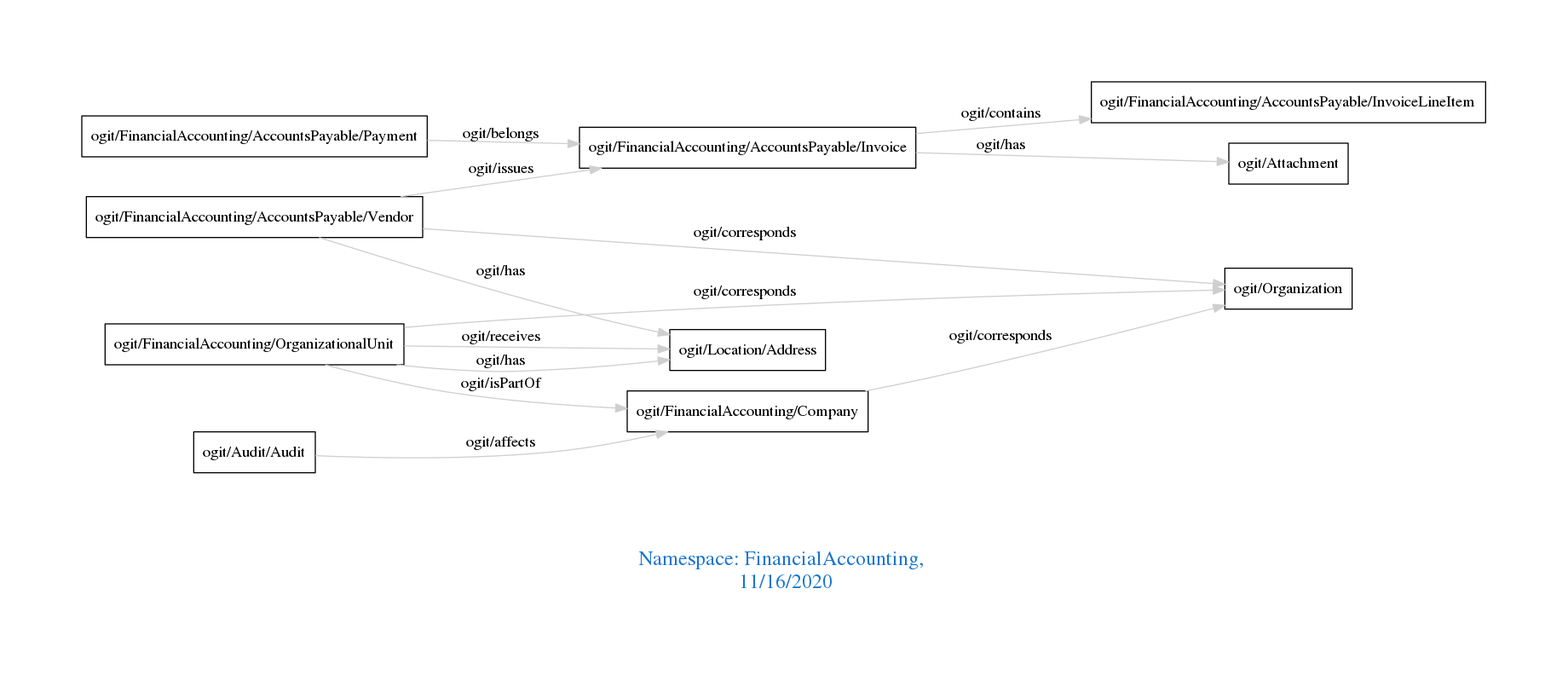
Earlier version of the Graphviz export downloads/FinancialAccounting.png (arago/OGIT). Its source is kept beside it as downloads/FinancialAccounting.dot.
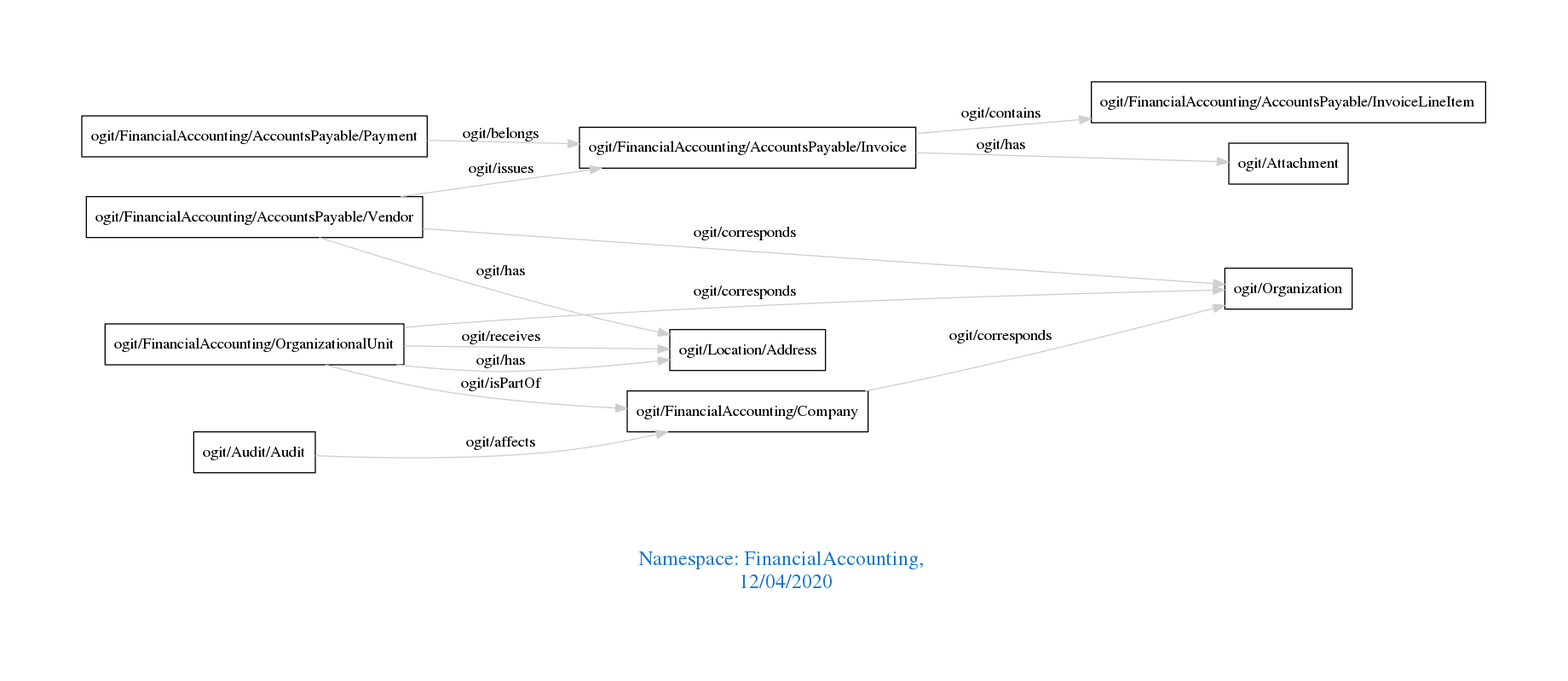
Above is the later version.

The edit, as a diff of the source:
```diff
@@ -1,7 +1,7 @@
 digraph OGIT_ontology {
  graph [ rankdir= LR,pad=1
 fontsize = 18,
-fontcolor= dodgerblue3,label = "\n\n\nNamespace: FinancialAccounting, \n 11/16/2020"];
+fontcolor= dodgerblue3,label = "\n\n\nNamespace: FinancialAccounting, \n 12/04/2020"];
 node[shape=polygon];
 edge [  color="gray81"];
 
```
